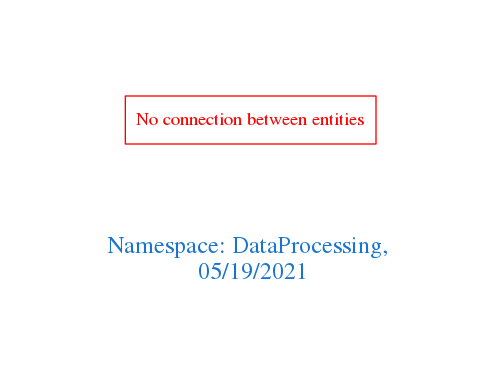
The Graphviz diagram downloads/DataProcessing.png in arago/OGIT, before a commit. Its source is kept beside it as downloads/DataProcessing.dot.
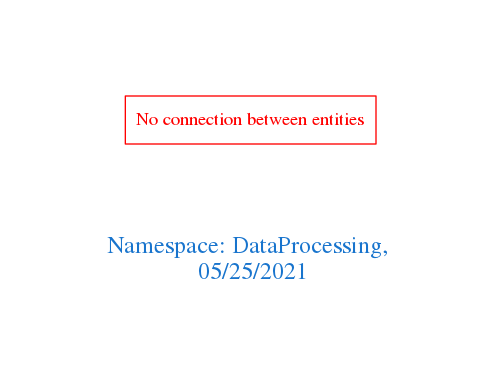
Above is the later version.

Change to the diagram source:
```diff
@@ -1,7 +1,7 @@
 digraph OGIT_ontology {
  graph [ rankdir= LR,pad=1
 fontsize = 18,
-fontcolor= dodgerblue3,label = "\n\n\nNamespace: DataProcessing, \n 05/19/2021"];
+fontcolor= dodgerblue3,label = "\n\n\nNamespace: DataProcessing, \n 05/25/2021"];
 node[shape=polygon];
 edge [  color="gray81"];
 
```
